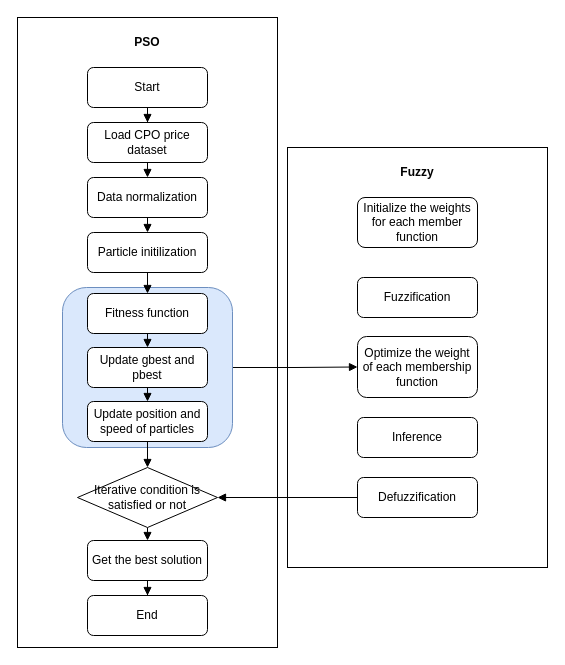
Earlier version of the draw.io diagram Flow chart algorithm fuzzy pso.drawio (ariesharry/Diagrams). Source tidied: cells renumbered, new cells numbered last; positions are measured from the earlier drawing's top-left corner, leaving out a move shared by most shapes. Both pictures are drawn from the tidied source at 100%, with x=0, y=0 at pixel (17, 17).
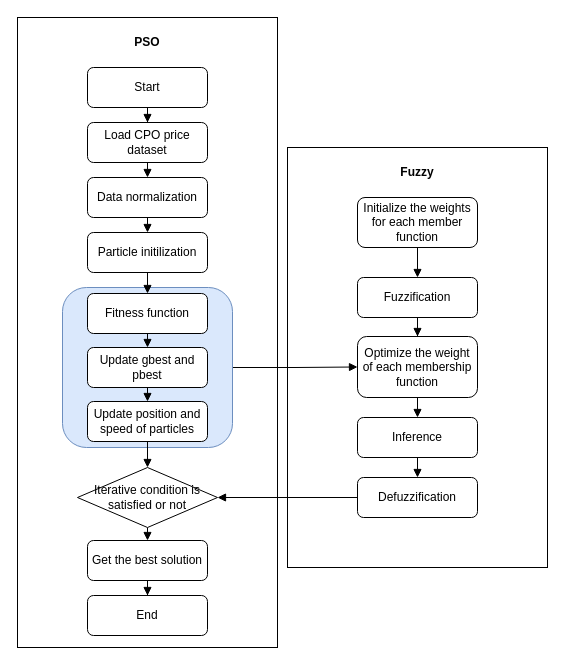
Above is the later version.

The change refers to these unchanged cells:
```xml
<mxCell id="23" value="Initialize the weights for each member function" style="rounded=1;whiteSpace=wrap;html=1;" parent="1" vertex="1">
  <mxGeometry x="340" y="180" width="120" height="50" as="geometry" />
</mxCell>
<mxCell id="25" value="Fuzzification" style="rounded=1;whiteSpace=wrap;html=1;" parent="1" vertex="1">
  <mxGeometry x="340" y="260" width="120" height="40" as="geometry" />
</mxCell>
<mxCell id="26" value="Inference" style="rounded=1;whiteSpace=wrap;html=1;" parent="1" vertex="1">
  <mxGeometry x="340" y="400" width="120" height="40" as="geometry" />
</mxCell>
<mxCell id="28" value="Defuzzification" style="rounded=1;whiteSpace=wrap;html=1;" parent="1" vertex="1">
  <mxGeometry x="340" y="460" width="120" height="40" as="geometry" />
</mxCell>
<mxCell id="34" value="Optimize the weight of each membership function" style="rounded=1;whiteSpace=wrap;html=1;" parent="1" vertex="1">
  <mxGeometry x="340" y="319" width="120" height="61" as="geometry" />
</mxCell>
```

Diff of the diagram source:
```diff
@@
+    <mxCell id="35" style="edgeStyle=orthogonalEdgeStyle;rounded=0;jettySize=auto;html=1;exitX=0.5;exitY=1;exitDx=0;exitDy=0;entryX=0.5;entryY=0;entryDx=0;entryDy=0;endArrow=block;endFill=1;" parent="1" edge="1" source="23" target="25">
+      <mxGeometry relative="1" as="geometry" />
+    </mxCell>
@@
+    <mxCell id="36" style="edgeStyle=orthogonalEdgeStyle;rounded=0;jettySize=auto;html=1;exitX=0.5;exitY=1;exitDx=0;exitDy=0;endArrow=block;endFill=1;" parent="1" edge="1" source="25" target="34">
+      <mxGeometry relative="1" as="geometry" />
+    </mxCell>
@@
+    <mxCell id="37" style="edgeStyle=orthogonalEdgeStyle;rounded=0;jettySize=auto;html=1;exitX=0.5;exitY=1;exitDx=0;exitDy=0;entryX=0.5;entryY=0;entryDx=0;entryDy=0;endArrow=block;endFill=1;" parent="1" edge="1" source="26" target="28">
+      <mxGeometry relative="1" as="geometry" />
+    </mxCell>
@@
+    <mxCell id="38" style="edgeStyle=orthogonalEdgeStyle;rounded=0;jettySize=auto;html=1;exitX=0.5;exitY=1;exitDx=0;exitDy=0;entryX=0.5;entryY=0;entryDx=0;entryDy=0;endArrow=block;endFill=1;" parent="1" edge="1" source="34" target="26">
+      <mxGeometry relative="1" as="geometry" />
+    </mxCell>
```
